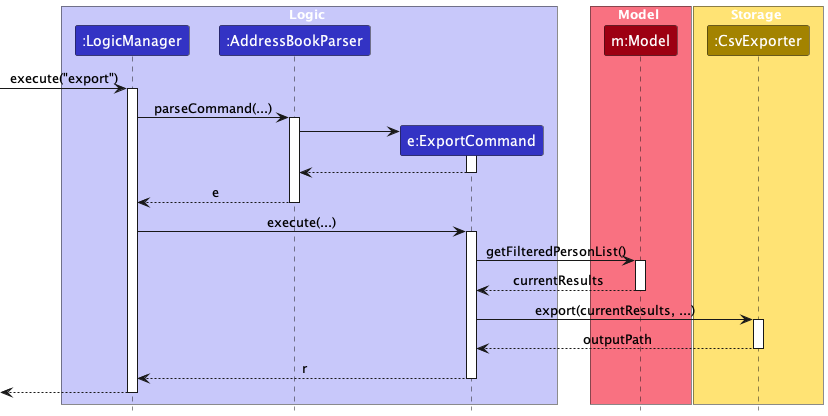
Before: docs/images/ExportSequenceDiagram.png, a diagram exported from PlantUML (AY2627S1-CS2103T-T10-3/tp). Its diagram source:
```plantuml
@startuml
!include style.puml
skinparam ArrowFontStyle plain

box Logic LOGIC_COLOR_T1
participant ":LogicManager" as LogicManager LOGIC_COLOR
participant ":AddressBookParser" as AddressBookParser LOGIC_COLOR
participant "e:ExportCommand" as ExportCommand LOGIC_COLOR
end box

box Model MODEL_COLOR_T1
participant "m:Model" as Model MODEL_COLOR
end box

box Storage STORAGE_COLOR_T1
participant ":CsvExporter" as CsvExporter STORAGE_COLOR
end box

[-> LogicManager : execute("export")
activate LogicManager

LogicManager -> AddressBookParser : parseCommand(...)
activate AddressBookParser

create ExportCommand
AddressBookParser -> ExportCommand
activate ExportCommand

ExportCommand --> AddressBookParser
deactivate ExportCommand

AddressBookParser --> LogicManager : e
deactivate AddressBookParser

LogicManager -> ExportCommand : execute(...)
activate ExportCommand

ExportCommand -> Model : getFilteredPersonList()
activate Model

Model --> ExportCommand : currentResults
deactivate Model

ExportCommand -> CsvExporter : export(currentResults, ...)
activate CsvExporter

CsvExporter --> ExportCommand : outputPath
deactivate CsvExporter

ExportCommand --> LogicManager : r
deactivate ExportCommand

[<--LogicManager
deactivate LogicManager
@enduml
```
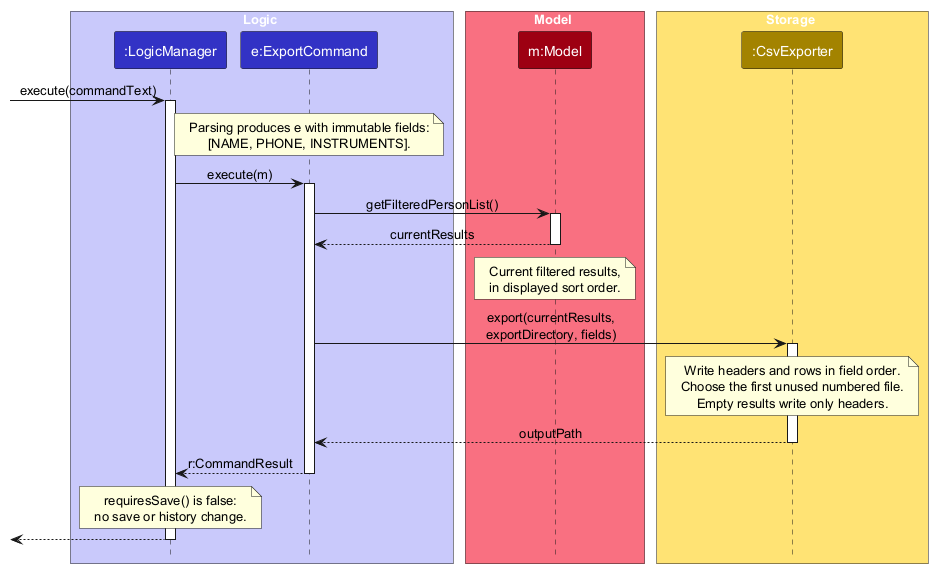
Later version of the same file.

Diff of the diagram source:
```diff
@@ -4,7 +4,6 @@
 
 box Logic LOGIC_COLOR_T1
 participant ":LogicManager" as LogicManager LOGIC_COLOR
-participant ":AddressBookParser" as AddressBookParser LOGIC_COLOR
 participant "e:ExportCommand" as ExportCommand LOGIC_COLOR
 end box
 
@@ -16,23 +15,15 @@
 participant ":CsvExporter" as CsvExporter STORAGE_COLOR
 end box
 
-[-> LogicManager : execute("export")
+[-> LogicManager : execute(commandText)
 activate LogicManager
 
-LogicManager -> AddressBookParser : parseCommand(...)
-activate AddressBookParser
+note over ExportCommand
+Parsing produces e with immutable fields:
+[NAME, PHONE, INSTRUMENTS].
+end note
 
-create ExportCommand
-AddressBookParser -> ExportCommand
-activate ExportCommand
-
-ExportCommand --> AddressBookParser
-deactivate ExportCommand
-
-AddressBookParser --> LogicManager : e
-deactivate AddressBookParser
-
-LogicManager -> ExportCommand : execute(...)
+LogicManager -> ExportCommand : execute(m)
 activate ExportCommand
 
 ExportCommand -> Model : getFilteredPersonList()
@@ -40,15 +31,28 @@
 
 Model --> ExportCommand : currentResults
 deactivate Model
+note over Model
+Current filtered results,
+in displayed sort order.
+end note
 
-ExportCommand -> CsvExporter : export(currentResults, ...)
+ExportCommand -> CsvExporter : export(currentResults,\nexportDirectory, fields)
 activate CsvExporter
+note over CsvExporter
+Write headers and rows in field order.
+Choose the first unused numbered file.
+Empty results write only headers.
+end note
 
 CsvExporter --> ExportCommand : outputPath
 deactivate CsvExporter
 
-ExportCommand --> LogicManager : r
+ExportCommand --> LogicManager : r:CommandResult
 deactivate ExportCommand
+note over LogicManager
+requiresSave() is false:
+no save or history change.
+end note
 
 [<--LogicManager
 deactivate LogicManager
```
